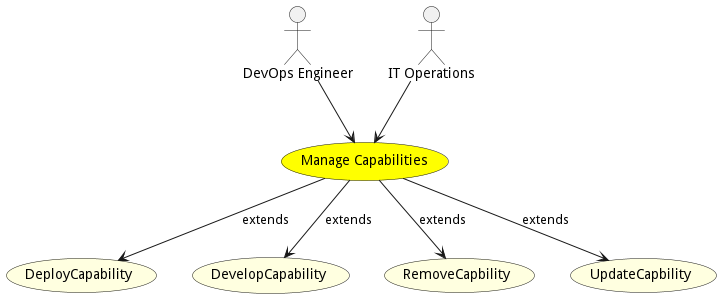
This is docs/sabr/usecases/managecapabilities/Activities.png from madajaju/sabr, a PlantUML export, as it was before one commit. Source of this version:
```plantuml
@startuml


usecase "Manage Capabilities" as ManageCapabilities #yellow

Actor "DevOps Engineer" as DevOpsEngineer

DevOpsEngineer --> ManageCapabilities

Actor "IT Operations" as ITOperations

ITOperations --> ManageCapabilities







usecase "DeployCapability" as DeployCapability #lightyellow

ManageCapabilities --> DeployCapability : extends

usecase "DevelopCapability" as DevelopCapability #lightyellow

ManageCapabilities --> DevelopCapability : extends

usecase "RemoveCapbility" as RemoveCapbility #lightyellow

ManageCapabilities --> RemoveCapbility : extends

usecase "UpdateCapbility" as UpdateCapbility #lightyellow

ManageCapabilities --> UpdateCapbility : extends





@enduml
```
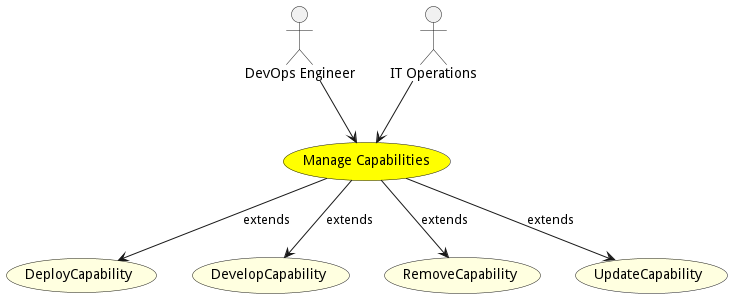
Later version of the same file.

What changed in the source:
```diff
@@ -25,13 +25,13 @@
 
 ManageCapabilities --> DevelopCapability : extends
 
-usecase "RemoveCapbility" as RemoveCapbility #lightyellow
+usecase "RemoveCapability" as RemoveCapability #lightyellow
 
-ManageCapabilities --> RemoveCapbility : extends
+ManageCapabilities --> RemoveCapability : extends
 
-usecase "UpdateCapbility" as UpdateCapbility #lightyellow
+usecase "UpdateCapability" as UpdateCapability #lightyellow
 
-ManageCapabilities --> UpdateCapbility : extends
+ManageCapabilities --> UpdateCapability : extends
 
 
 
```
